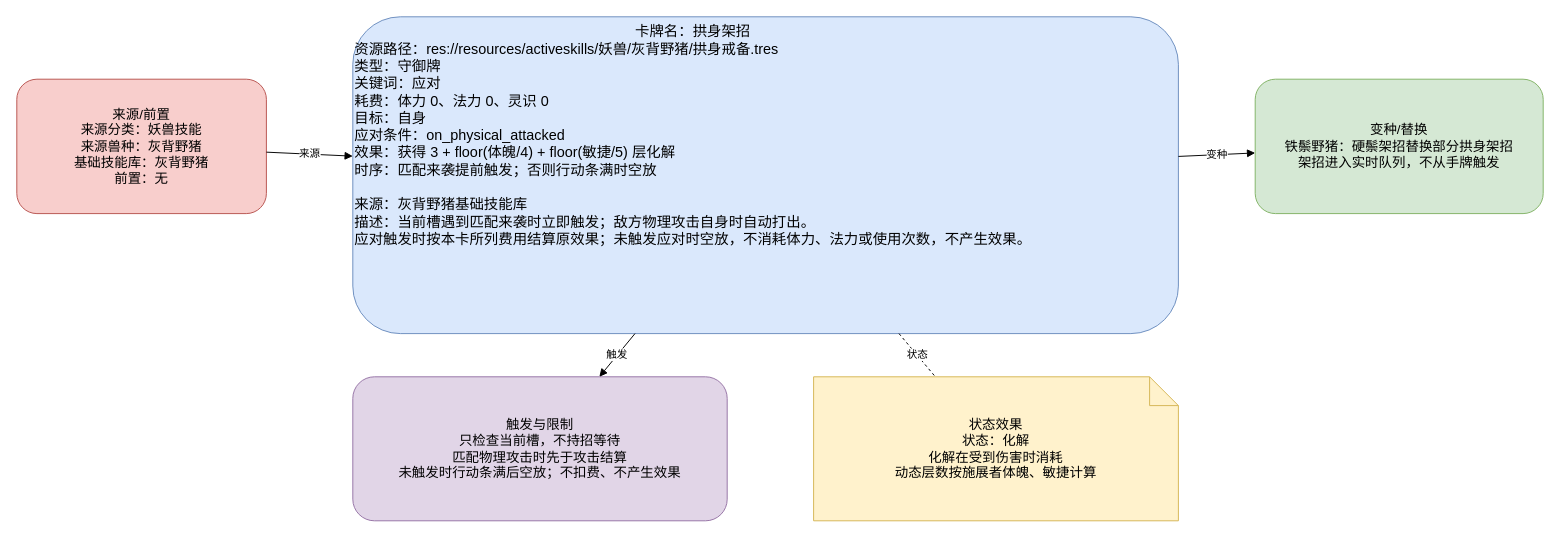
Before: docs/卡牌词典/妖兽/灰背野猪/拱身架招.drawio in ankundanetracyc-spec/tian-guan-you-du, a draw.io diagram. Source tidied: cells renumbered, new cells numbered last; positions are measured from the earlier drawing's top-left corner, leaving out a move shared by most shapes. Both pictures are drawn from the tidied source at 96%, with x=0, y=0 at pixel (16, 16).
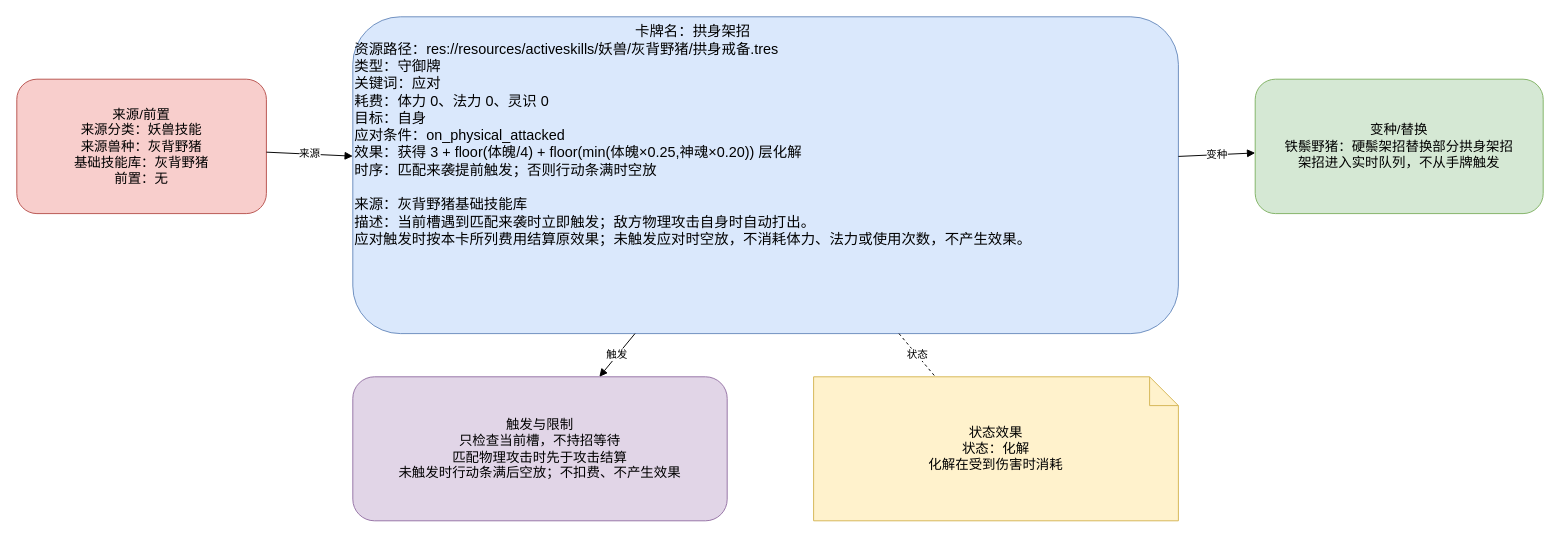
The same page after the edit.

Change to the diagram source:
```diff
@@
 <mxGraphModel>
   <root>
     <mxCell id="0" />
     <mxCell id="1" parent="0" />
-    <mxCell id="2" value="&lt;div style=&quot;text-align:center;&quot;&gt;卡牌名：拱身架招&lt;/div&gt;&lt;div style=&quot;text-align:left;&quot;&gt;资源路径：res://resources/activeskills/妖兽/灰背野猪/拱身戒备.tres&lt;br&gt;类型：守御牌&lt;br&gt;关键词：应对&lt;br&gt;耗费：体力 0、法力 0、灵识 0&lt;br&gt;目标：自身&lt;br&gt;应对条件：on_physical_attacked&lt;br&gt;效果：获得 3 + floor(体魄/4) + floor(敏捷/5) 层化解&lt;br&gt;时序：匹配来袭提前触发；否则行动条满时空放&lt;/div&gt;&lt;br&gt;来源：灰背野猪基础技能库&lt;br&gt;描述：当前槽遇到匹配来袭时立即触发；敌方物理攻击自身时自动打出。&lt;br&gt;应对触发时按本卡所列费用结算原效果；未触发应对时空放，不消耗体力、法力或使用次数，不产生效果。" style="rounded=1;whiteSpace=wrap;html=1;fillColor=#dae8fc;strokeColor=#6c8ebf;fontSize=15;align=left;verticalAlign=top;" parent="1" vertex="1">
+    <mxCell id="2" value="&lt;div style=&quot;text-align:center;&quot;&gt;卡牌名：拱身架招&lt;/div&gt;&lt;div style=&quot;text-align:left;&quot;&gt;资源路径：res://resources/activeskills/妖兽/灰背野猪/拱身戒备.tres&lt;br&gt;类型：守御牌&lt;br&gt;关键词：应对&lt;br&gt;耗费：体力 0、法力 0、灵识 0&lt;br&gt;目标：自身&lt;br&gt;应对条件：on_physical_attacked&lt;br&gt;效果：获得 3 + floor(体魄/4) + floor(min(体魄×0.25,神魂×0.20)) 层化解&lt;br&gt;时序：匹配来袭提前触发；否则行动条满时空放&lt;/div&gt;&lt;br&gt;来源：灰背野猪基础技能库&lt;br&gt;描述：当前槽遇到匹配来袭时立即触发；敌方物理攻击自身时自动打出。&lt;br&gt;应对触发时按本卡所列费用结算原效果；未触发应对时空放，不消耗体力、法力或使用次数，不产生效果。" style="rounded=1;whiteSpace=wrap;html=1;fillColor=#dae8fc;strokeColor=#6c8ebf;fontSize=15;align=left;verticalAlign=top;" parent="1" vertex="1">
       <mxGeometry x="350" width="860" height="330" as="geometry" />
     </mxCell>
     <mxCell id="3" value="来源/前置&#10;来源分类：妖兽技能&#10;来源兽种：灰背野猪&#10;基础技能库：灰背野猪&#10;前置：无" style="rounded=1;whiteSpace=wrap;html=1;fillColor=#f8cecc;strokeColor=#b85450;fontSize=14;" parent="1" vertex="1">
       <mxGeometry y="65" width="260" height="140" as="geometry" />
     </mxCell>
     <mxCell id="4" value="变种/替换&#10;铁鬃野猪：硬鬃架招替换部分拱身架招&#10;架招进入实时队列，不从手牌触发" style="rounded=1;whiteSpace=wrap;html=1;fillColor=#d5e8d4;strokeColor=#82b366;fontSize=14;" parent="1" vertex="1">
       <mxGeometry x="1290" y="65" width="300" height="140" as="geometry" />
     </mxCell>
     <mxCell id="5" value="触发与限制&#10;只检查当前槽，不持招等待&#10;匹配物理攻击时先于攻击结算&#10;未触发时行动条满后空放；不扣费、不产生效果" style="rounded=1;whiteSpace=wrap;html=1;fillColor=#e1d5e7;strokeColor=#9673a6;fontSize=14;" parent="1" vertex="1">
       <mxGeometry x="350" y="375" width="390" height="150" as="geometry" />
     </mxCell>
-    <mxCell id="6" value="状态效果&#10;状态：化解&#10;化解在受到伤害时消耗&#10;动态层数按施展者体魄、敏捷计算" style="shape=note;whiteSpace=wrap;html=1;fillColor=#fff2cc;strokeColor=#d6b656;fontSize=14;" parent="1" vertex="1">
+    <mxCell id="6" value="状态效果&#10;状态：化解&#10;化解在受到伤害时消耗" style="shape=note;whiteSpace=wrap;html=1;fillColor=#fff2cc;strokeColor=#d6b656;fontSize=14;" parent="1" vertex="1">
       <mxGeometry x="830" y="375" width="380" height="150" as="geometry" />
     </mxCell>
     <mxCell id="7" value="来源" style="endArrow=block;html=1;rounded=0;" parent="1" edge="1" source="3" target="2">
       <mxGeometry relative="1" as="geometry" />
     </mxCell>
     <mxCell id="8" value="变种" style="endArrow=block;html=1;rounded=0;" parent="1" edge="1" source="2" target="4">
       <mxGeometry relative="1" as="geometry" />
     </mxCell>
     <mxCell id="9" value="触发" style="endArrow=block;html=1;rounded=0;" parent="1" edge="1" source="2" target="5">
       <mxGeometry relative="1" as="geometry" />
     </mxCell>
     <mxCell id="10" value="状态" style="endArrow=none;dashed=1;html=1;" parent="1" edge="1" source="2" target="6">
       <mxGeometry relative="1" as="geometry" />
     </mxCell>
   </root>
 </mxGraphModel>
```
